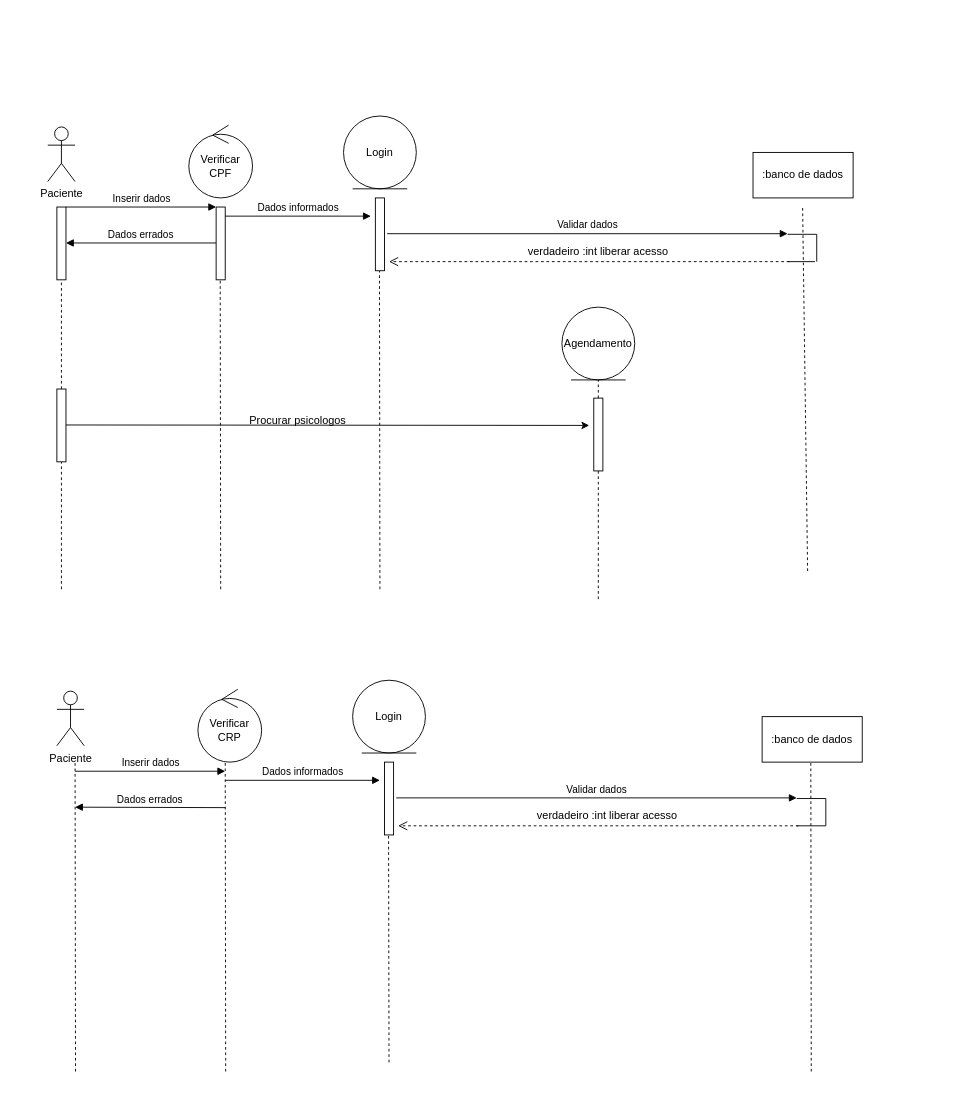
Patadaoikkk/uml keeps this draw.io diagram as diagramadesequencialogin.drawio. Above is the earlier version. Source tidied: cells renumbered, new cells numbered last; positions are measured from the earlier drawing's top-left corner, leaving out a move shared by most shapes. Both pictures are drawn from the tidied source at 91%, with x=0, y=0 at pixel (47, 116).
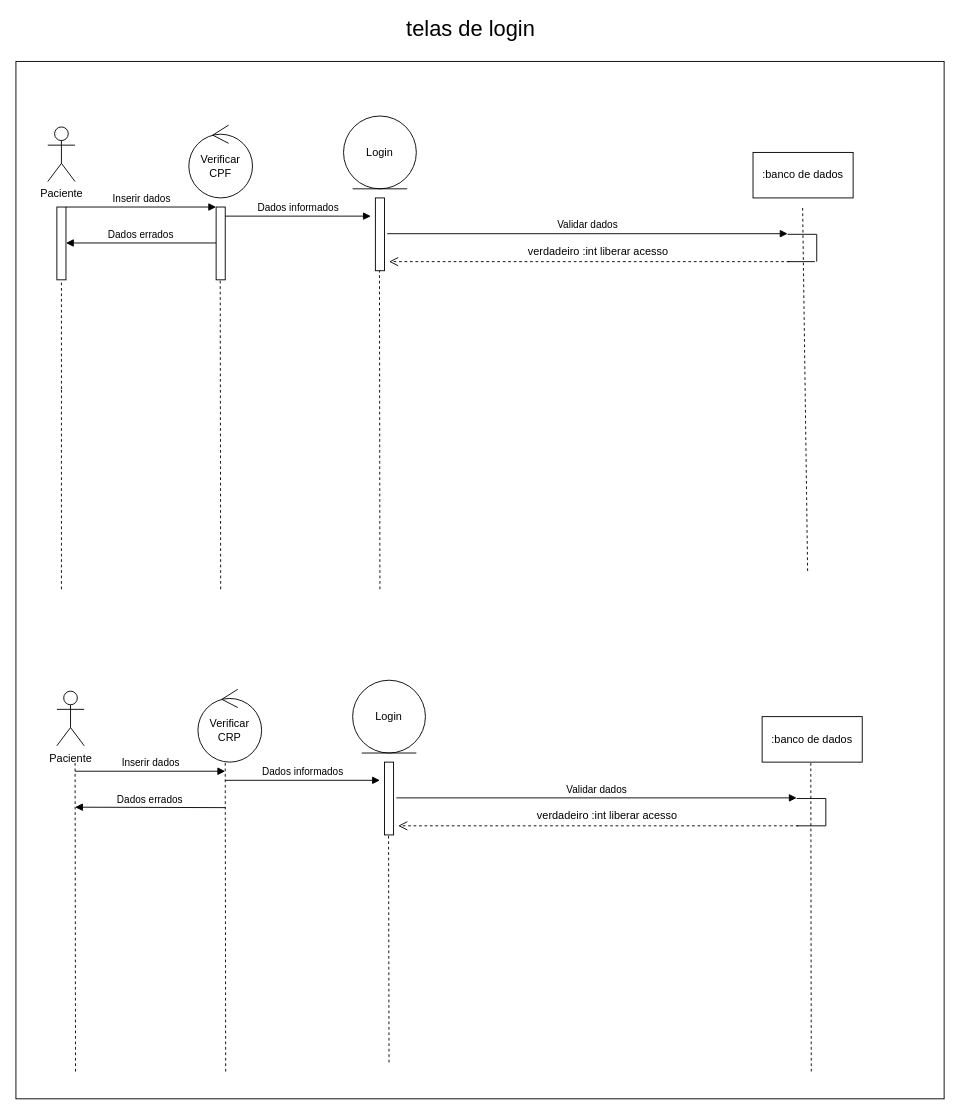
The same page after the edit.

The change refers to these unchanged cells:
```xml
<mxCell id="6" style="html=1;points=[[0,0,0,0,5],[0,1,0,0,-5],[1,0,0,0,5],[1,1,0,0,-5]];perimeter=orthogonalPerimeter;outlineConnect=0;targetShapes=umlLifeline;portConstraint=eastwest;newEdgeStyle={&quot;curved&quot;:0,&quot;rounded&quot;:0};" parent="1" vertex="1">
  <mxGeometry x="10" y="100" width="10" height="80" as="geometry" />
</mxCell>
```

Change to the diagram source:
```diff
@@
+    <mxCell id="50" style="rounded=0;whiteSpace=wrap;html=1;" parent="1" vertex="1">
+      <mxGeometry x="-35" y="-60" width="1020" height="1140" as="geometry" />
+    </mxCell>
@@
-    <mxCell id="5" style="endArrow=none;dashed=1;html=1;rounded=0;" parent="1" edge="1" source="23" target="6">
-      <mxGeometry relative="1" as="geometry" />
+    <mxCell id="5" style="endArrow=none;dashed=1;html=1;rounded=0;" parent="1" edge="1" target="6">
+      <mxGeometry relative="1" as="geometry">
+        <mxPoint x="15" y="300" as="sourcePoint" />
+      </mxGeometry>
     </mxCell>
@@
-    <mxCell id="22" style="endArrow=none;dashed=1;html=1;rounded=0;" parent="1" edge="1" target="23">
+    <mxCell id="22" style="endArrow=none;dashed=1;html=1;rounded=0;" parent="1" edge="1">
       <mxGeometry relative="1" as="geometry">
         <mxPoint x="15" y="520" as="sourcePoint" />
+        <mxPoint x="15" y="300" as="targetPoint" />
       </mxGeometry>
     </mxCell>
-    <mxCell id="23" style="html=1;points=[[0,0,0,0,5],[0,1,0,0,-5],[1,0,0,0,5],[1,1,0,0,-5]];perimeter=orthogonalPerimeter;outlineConnect=0;targetShapes=umlLifeline;portConstraint=eastwest;newEdgeStyle={&quot;curved&quot;:0,&quot;rounded&quot;:0};" parent="1" vertex="1">
-      <mxGeometry x="10" y="300" width="10" height="80" as="geometry" />
-    </mxCell>
-    <mxCell id="24" value="Agendamento" style="ellipse;shape=umlEntity;whiteSpace=wrap;html=1;" parent="1" vertex="1">
-      <mxGeometry x="565" y="210" width="80" height="80" as="geometry" />
-    </mxCell>
-    <mxCell id="25" style="endArrow=none;dashed=1;html=1;rounded=0;" parent="1" edge="1" source="28">
-      <mxGeometry relative="1" as="geometry">
-        <mxPoint x="605" y="290" as="targetPoint" />
-      </mxGeometry>
-    </mxCell>
-    <mxCell id="26" style="endArrow=classic;html=1;rounded=0;" parent="1" edge="1">
-      <mxGeometry relative="1" as="geometry">
-        <mxPoint x="20" y="339.5" as="sourcePoint" />
-        <mxPoint x="595" y="340" as="targetPoint" />
-      </mxGeometry>
-    </mxCell>
-    <mxCell id="27" style="endArrow=none;dashed=1;html=1;rounded=0;" parent="1" edge="1" target="28">
-      <mxGeometry relative="1" as="geometry">
-        <mxPoint x="605" y="530.9" as="sourcePoint" />
-      </mxGeometry>
-    </mxCell>
-    <mxCell id="28" style="html=1;points=[[0,0,0,0,5],[0,1,0,0,-5],[1,0,0,0,5],[1,1,0,0,-5]];perimeter=orthogonalPerimeter;outlineConnect=0;targetShapes=umlLifeline;portConstraint=eastwest;newEdgeStyle={&quot;curved&quot;:0,&quot;rounded&quot;:0};" parent="1" vertex="1">
-      <mxGeometry x="600" y="310" width="10" height="80" as="geometry" />
-    </mxCell>
-    <mxCell id="29" value="Procurar psicologos" style="text;html=1;align=center;verticalAlign=middle;whiteSpace=wrap;rounded=0;" parent="1" vertex="1">
-      <mxGeometry x="215" y="320" width="120" height="30" as="geometry" />
-    </mxCell>
@@
+    <mxCell id="51" value="&lt;font style=&quot;font-size: 24px;&quot;&gt;telas de login&lt;/font&gt;" style="text;html=1;align=center;verticalAlign=middle;whiteSpace=wrap;rounded=0;" parent="1" vertex="1">
+      <mxGeometry x="380" y="-110" width="170" height="30" as="geometry" />
+    </mxCell>
```
